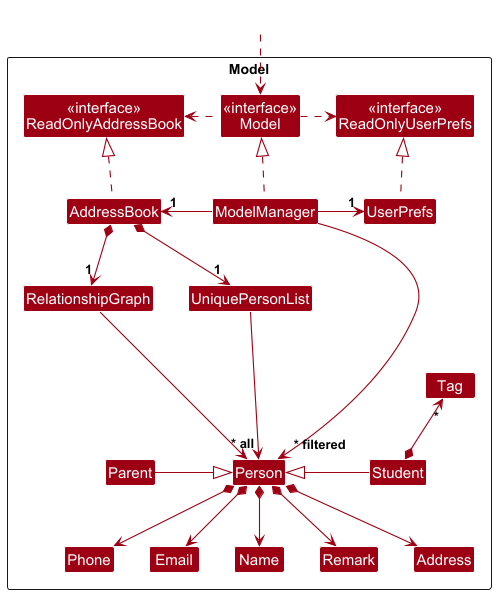
Earlier version of the PlantUML export docs/images/ModelClassDiagram.png (stellecodes/tp).
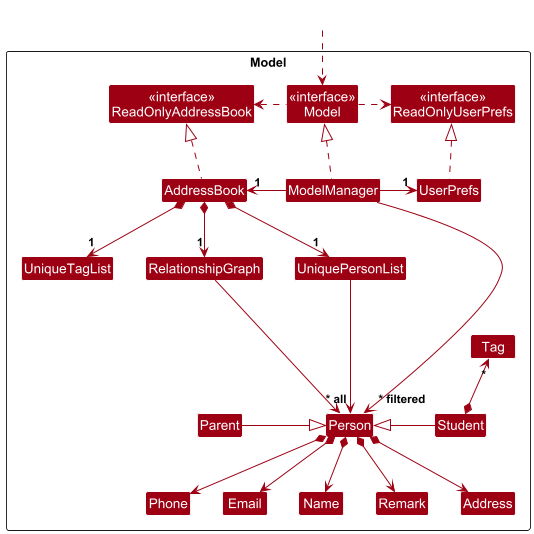
The same file after the commit.

Change to the diagram source:
```diff
@@ -14,6 +14,7 @@
 
 Class RelationshipGraph
 Class UniquePersonList
+Class UniqueTagList
 Class Person
 Class Parent
 Class Student
@@ -41,7 +42,9 @@
 
 AddressBook *--> "1" UniquePersonList
 AddressBook *--> "1" RelationshipGraph
+AddressBook *--> "1" UniqueTagList
 RelationshipGraph -[hidden]right-> UniquePersonList
+UniqueTagList -[hidden]right->RelationshipGraph
 
 UniquePersonList --> "~* all" Person
 ModelManager --> "~* filtered" Person
@@ -62,5 +65,4 @@
 Person -[hidden]up--> I
 UniquePersonList -[hidden]right-> I
 
-
 @enduml
```
